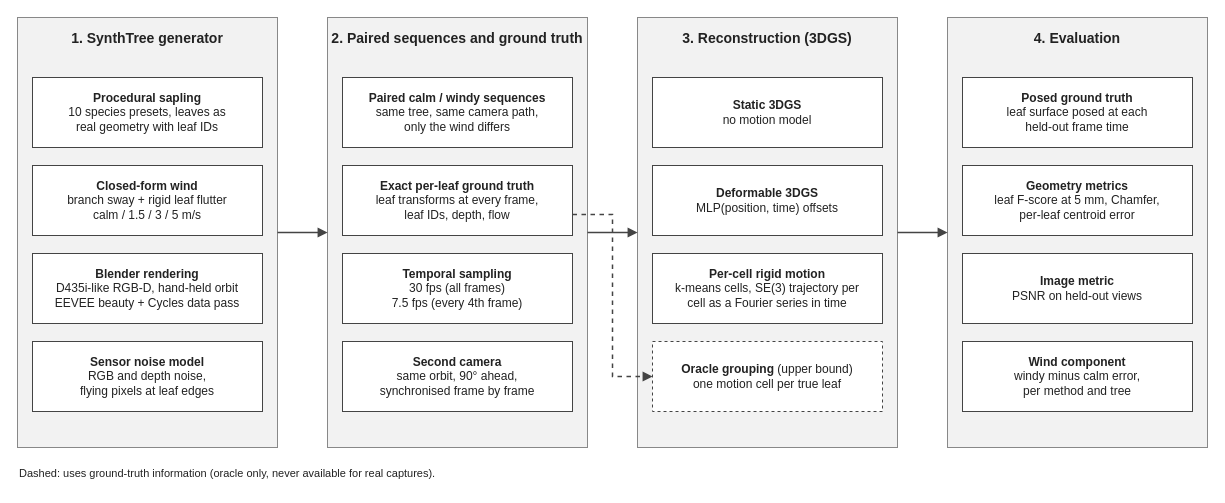
The draw.io diagram paper_synthetic/figures/architecture.drawio in bibekgyawali2/synthtree, before the edit. Source tidied: cells renumbered, new cells numbered last; positions are measured from the earlier drawing's top-left corner, leaving out a move shared by most shapes. Both pictures are drawn from the tidied source at 100%, with x=0, y=0 at pixel (17, 17).
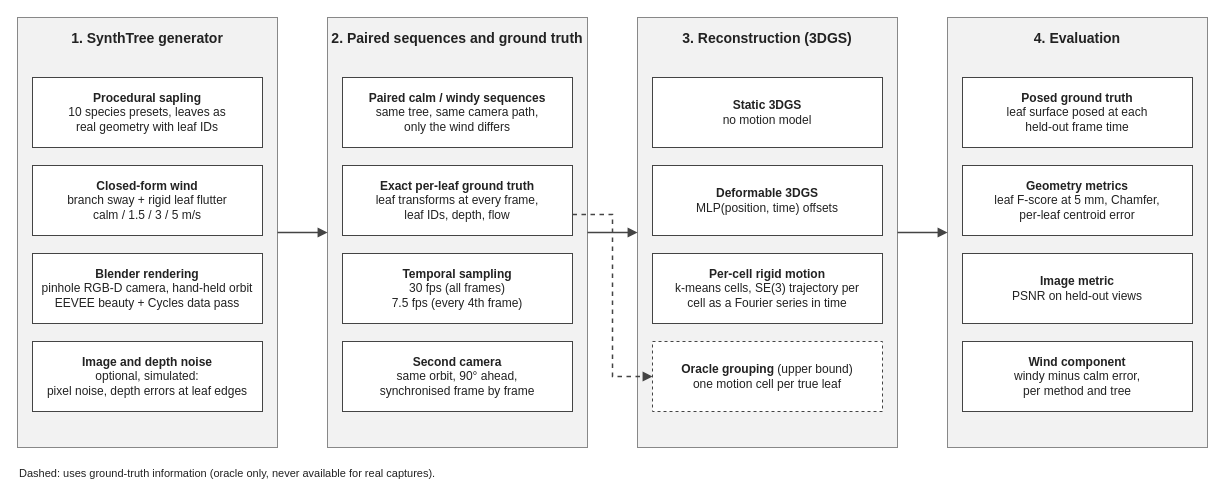
The same page after the edit.

Change to the diagram source:
```diff
@@
-    <mxCell id="8" value="&lt;b&gt;Blender rendering&lt;/b&gt;&lt;br&gt;D435i-like RGB-D, hand-held orbit&lt;br&gt;EEVEE beauty + Cycles data pass" style="rounded=0;whiteSpace=wrap;html=1;fillColor=#FFFFFF;strokeColor=#444444;strokeWidth=1;fontSize=12;spacing=6;fontFamily=Helvetica;fontColor=#222222;" parent="1" vertex="1">
+    <mxCell id="8" value="&lt;b&gt;Blender rendering&lt;/b&gt;&lt;br&gt;pinhole RGB-D camera, hand-held orbit&lt;br&gt;EEVEE beauty + Cycles data pass" style="rounded=0;whiteSpace=wrap;html=1;fillColor=#FFFFFF;strokeColor=#444444;strokeWidth=1;fontSize=12;spacing=6;fontFamily=Helvetica;fontColor=#222222;" parent="1" vertex="1">
       <mxGeometry x="15" y="236" width="230" height="70" as="geometry" />
     </mxCell>
-    <mxCell id="9" value="&lt;b&gt;Sensor noise model&lt;/b&gt;&lt;br&gt;RGB and depth noise,&lt;br&gt;flying pixels at leaf edges" style="rounded=0;whiteSpace=wrap;html=1;fillColor=#FFFFFF;strokeColor=#444444;strokeWidth=1;fontSize=12;spacing=6;fontFamily=Helvetica;fontColor=#222222;" parent="1" vertex="1">
+    <mxCell id="9" value="&lt;b&gt;Image and depth noise&lt;/b&gt;&lt;br&gt;optional, simulated:&lt;br&gt;pixel noise, depth errors at leaf edges" style="rounded=0;whiteSpace=wrap;html=1;fillColor=#FFFFFF;strokeColor=#444444;strokeWidth=1;fontSize=12;spacing=6;fontFamily=Helvetica;fontColor=#222222;" parent="1" vertex="1">
       <mxGeometry x="15" y="324" width="230" height="70" as="geometry" />
     </mxCell>
```
